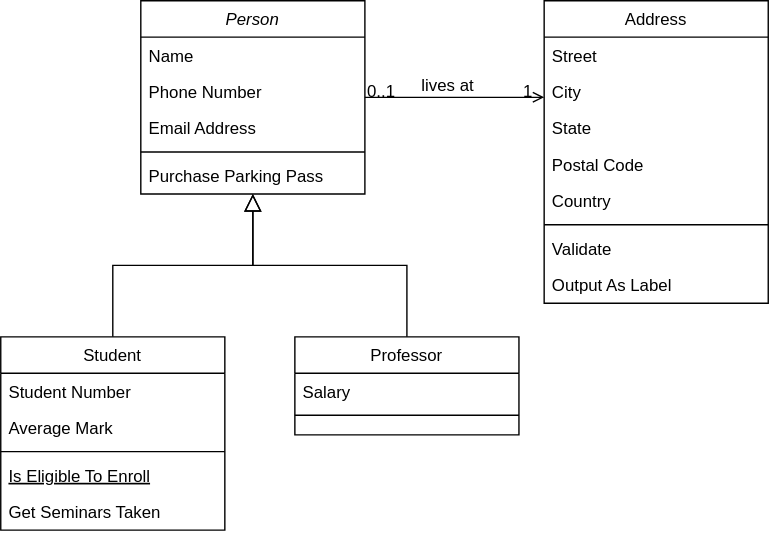
Above: DesignDiagrams/Objects.drawio.svg in king525dev/AngryBirds-NEA (draw.io), before the change. Source tidied: cells renumbered, new cells last; positions are measured from the earlier drawing's top-left corner, leaving out a move shared by most shapes.
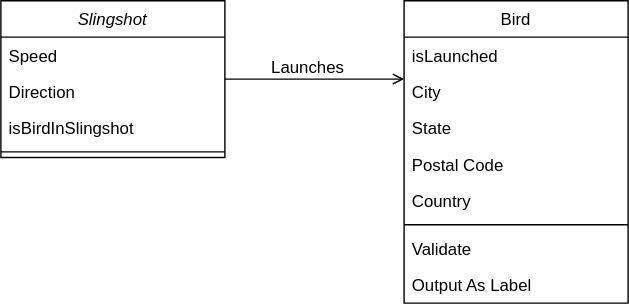
Later version of the same file.

The edit, as a diff of the source:
```diff
@@ -2,61 +2,25 @@
   <root>
     <mxCell id="0" />
     <mxCell id="1" parent="0" />
-    <mxCell id="2" value="Person" style="swimlane;fontStyle=2;align=center;verticalAlign=top;horizontal=1;startSize=26;rounded=0;shadow=0;strokeWidth=1;" parent="1" vertex="1">
-      <mxGeometry x="100" width="160" height="138" as="geometry" />
+    <mxCell id="2" value="Slingshot" style="swimlane;fontStyle=2;align=center;verticalAlign=top;horizontal=1;startSize=26;rounded=0;shadow=0;strokeWidth=1;" parent="1" vertex="1">
+      <mxGeometry x="100" width="160" height="112" as="geometry" />
     </mxCell>
-    <mxCell id="3" value="Name" style="text;align=left;verticalAlign=top;spacingLeft=4;spacingRight=4;overflow=hidden;" parent="2" vertex="1">
+    <mxCell id="3" value="Speed" style="text;align=left;verticalAlign=top;spacingLeft=4;spacingRight=4;overflow=hidden;" parent="2" vertex="1">
       <mxGeometry y="26" width="160" height="26" as="geometry" />
     </mxCell>
-    <mxCell id="4" value="Phone Number" style="text;align=left;verticalAlign=top;spacingLeft=4;spacingRight=4;overflow=hidden;rounded=0;shadow=0;html=0;" parent="2" vertex="1">
+    <mxCell id="4" value="Direction" style="text;align=left;verticalAlign=top;spacingLeft=4;spacingRight=4;overflow=hidden;rounded=0;shadow=0;html=0;" parent="2" vertex="1">
       <mxGeometry y="52" width="160" height="26" as="geometry" />
     </mxCell>
-    <mxCell id="5" value="Email Address" style="text;align=left;verticalAlign=top;spacingLeft=4;spacingRight=4;overflow=hidden;rounded=0;shadow=0;html=0;" parent="2" vertex="1">
+    <mxCell id="5" value="isBirdInSlingshot" style="text;align=left;verticalAlign=top;spacingLeft=4;spacingRight=4;overflow=hidden;rounded=0;shadow=0;html=0;" parent="2" vertex="1">
       <mxGeometry y="78" width="160" height="26" as="geometry" />
     </mxCell>
     <mxCell id="6" style="line;html=1;strokeWidth=1;align=left;verticalAlign=middle;spacingTop=-1;spacingLeft=3;spacingRight=3;labelPosition=right;" parent="2" vertex="1">
       <mxGeometry y="104" width="160" height="8" as="geometry" />
     </mxCell>
-    <mxCell id="7" value="Purchase Parking Pass" style="text;align=left;verticalAlign=top;spacingLeft=4;spacingRight=4;overflow=hidden;" parent="2" vertex="1">
-      <mxGeometry y="112" width="160" height="26" as="geometry" />
-    </mxCell>
-    <mxCell id="8" value="Student" style="swimlane;fontStyle=0;align=center;verticalAlign=top;horizontal=1;startSize=26;rounded=0;shadow=0;strokeWidth=1;" parent="1" vertex="1">
-      <mxGeometry y="240" width="160" height="138" as="geometry" />
-    </mxCell>
-    <mxCell id="9" value="Student Number" style="text;align=left;verticalAlign=top;spacingLeft=4;spacingRight=4;overflow=hidden;" parent="8" vertex="1">
-      <mxGeometry y="26" width="160" height="26" as="geometry" />
-    </mxCell>
-    <mxCell id="10" value="Average Mark" style="text;align=left;verticalAlign=top;spacingLeft=4;spacingRight=4;overflow=hidden;rounded=0;shadow=0;html=0;" parent="8" vertex="1">
-      <mxGeometry y="52" width="160" height="26" as="geometry" />
-    </mxCell>
-    <mxCell id="11" style="line;html=1;strokeWidth=1;align=left;verticalAlign=middle;spacingTop=-1;spacingLeft=3;spacingRight=3;labelPosition=right;" parent="8" vertex="1">
-      <mxGeometry y="78" width="160" height="8" as="geometry" />
-    </mxCell>
-    <mxCell id="12" value="Is Eligible To Enroll" style="text;align=left;verticalAlign=top;spacingLeft=4;spacingRight=4;overflow=hidden;fontStyle=4;" parent="8" vertex="1">
-      <mxGeometry y="86" width="160" height="26" as="geometry" />
-    </mxCell>
-    <mxCell id="13" value="Get Seminars Taken" style="text;align=left;verticalAlign=top;spacingLeft=4;spacingRight=4;overflow=hidden;" parent="8" vertex="1">
-      <mxGeometry y="112" width="160" height="26" as="geometry" />
-    </mxCell>
-    <mxCell id="14" style="endArrow=block;endSize=10;endFill=0;shadow=0;strokeWidth=1;rounded=0;curved=0;edgeStyle=elbowEdgeStyle;elbow=vertical;" parent="1" edge="1" source="8" target="2">
-      <mxGeometry relative="1" as="geometry" />
-    </mxCell>
-    <mxCell id="15" value="Professor" style="swimlane;fontStyle=0;align=center;verticalAlign=top;horizontal=1;startSize=26;rounded=0;shadow=0;strokeWidth=1;" parent="1" vertex="1">
-      <mxGeometry x="210" y="240" width="160" height="70" as="geometry" />
-    </mxCell>
-    <mxCell id="16" value="Salary" style="text;align=left;verticalAlign=top;spacingLeft=4;spacingRight=4;overflow=hidden;" parent="15" vertex="1">
-      <mxGeometry y="26" width="160" height="26" as="geometry" />
-    </mxCell>
-    <mxCell id="17" style="line;html=1;strokeWidth=1;align=left;verticalAlign=middle;spacingTop=-1;spacingLeft=3;spacingRight=3;labelPosition=right;" parent="15" vertex="1">
-      <mxGeometry y="52" width="160" height="8" as="geometry" />
-    </mxCell>
-    <mxCell id="18" style="endArrow=block;endSize=10;endFill=0;shadow=0;strokeWidth=1;rounded=0;curved=0;edgeStyle=elbowEdgeStyle;elbow=vertical;" parent="1" edge="1" source="15" target="2">
-      <mxGeometry relative="1" as="geometry" />
-    </mxCell>
-    <mxCell id="19" value="Address" style="swimlane;fontStyle=0;align=center;verticalAlign=top;horizontal=1;startSize=26;rounded=0;shadow=0;strokeWidth=1;" parent="1" vertex="1">
+    <mxCell id="19" value="Bird" style="swimlane;fontStyle=0;align=center;verticalAlign=top;horizontal=1;startSize=26;rounded=0;shadow=0;strokeWidth=1;" parent="1" vertex="1">
       <mxGeometry x="388" width="160" height="216" as="geometry" />
     </mxCell>
-    <mxCell id="20" value="Street" style="text;align=left;verticalAlign=top;spacingLeft=4;spacingRight=4;overflow=hidden;" parent="19" vertex="1">
+    <mxCell id="20" value="isLaunched" style="text;align=left;verticalAlign=top;spacingLeft=4;spacingRight=4;overflow=hidden;" parent="19" vertex="1">
       <mxGeometry y="26" width="160" height="26" as="geometry" />
     </mxCell>
     <mxCell id="21" value="City" style="text;align=left;verticalAlign=top;spacingLeft=4;spacingRight=4;overflow=hidden;rounded=0;shadow=0;html=0;" parent="19" vertex="1">
@@ -85,17 +49,7 @@
         <mxPoint x="-40" y="32" as="offset" />
       </mxGeometry>
     </mxCell>
-    <mxCell id="29" value="0..1" style="align=left;verticalAlign=bottom;labelBackgroundColor=none;fontSize=12;" parent="28" vertex="1">
-      <mxGeometry x="-1" relative="1" as="geometry">
-        <mxPoint y="4" as="offset" />
-      </mxGeometry>
-    </mxCell>
-    <mxCell id="30" value="1" style="align=right;verticalAlign=bottom;labelBackgroundColor=none;fontSize=12;" parent="28" vertex="1">
-      <mxGeometry x="1" relative="1" as="geometry">
-        <mxPoint x="-7" y="4" as="offset" />
-      </mxGeometry>
-    </mxCell>
-    <mxCell id="31" value="lives at" style="text;html=1;align=center;verticalAlign=middle;labelBackgroundColor=none;rounded=0;shadow=0;strokeWidth=1;fontSize=12;" parent="28" vertex="1">
+    <mxCell id="31" value="Launches" style="text;html=1;align=center;verticalAlign=middle;labelBackgroundColor=none;rounded=0;shadow=0;strokeWidth=1;fontSize=12;" parent="28" vertex="1">
       <mxGeometry x="0.5" y="49" relative="1" as="geometry">
         <mxPoint x="-38" y="40" as="offset" />
       </mxGeometry>
```
